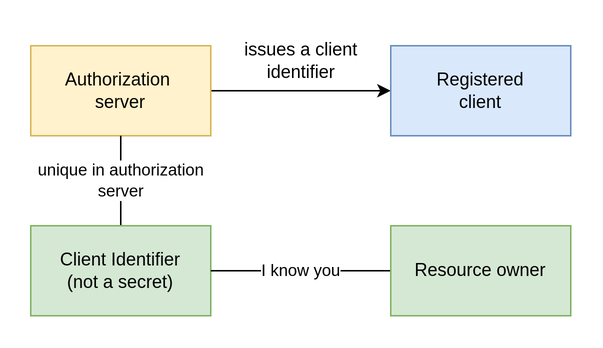
ngoctd314/learning keeps this draw.io diagram as oauth2/assets/client_identifier.png. Above is the earlier version. Source tidied: cells renumbered, new cells last; positions are measured from the earlier drawing's top-left corner, leaving out a move shared by most shapes.
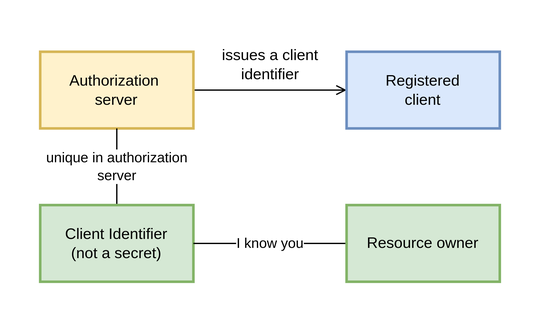
Later version of the same file.

Diff of the diagram source:
```diff
@@ -2,28 +2,28 @@
   <root>
     <mxCell id="0" />
     <mxCell id="1" parent="0" />
-    <mxCell id="2" style="edgeStyle=orthogonalEdgeStyle;rounded=0;jettySize=auto;html=1;" parent="1" edge="1" source="3" target="4">
+    <mxCell id="2" style="edgeStyle=orthogonalEdgeStyle;rounded=0;jettySize=auto;html=1;strokeWidth=1;endArrow=open;endFill=0;" parent="1" edge="1" source="3" target="4">
       <mxGeometry relative="1" as="geometry" />
     </mxCell>
-    <mxCell id="3" value="Authorization&amp;nbsp;&lt;br&gt;server" style="rounded=0;whiteSpace=wrap;html=1;fillColor=#fff2cc;strokeColor=#d6b656;" parent="1" vertex="1">
+    <mxCell id="3" value="Authorization&amp;nbsp;&lt;br&gt;server" style="rounded=0;whiteSpace=wrap;html=1;fillColor=#fff2cc;strokeColor=#d6b656;strokeWidth=2;" parent="1" vertex="1">
       <mxGeometry y="10" width="120" height="60" as="geometry" />
     </mxCell>
-    <mxCell id="4" value="Registered&lt;br&gt;client" style="rounded=0;whiteSpace=wrap;html=1;fillColor=#dae8fc;strokeColor=#6c8ebf;" parent="1" vertex="1">
+    <mxCell id="4" value="Registered&lt;br&gt;client" style="rounded=0;whiteSpace=wrap;html=1;fillColor=#dae8fc;strokeColor=#6c8ebf;strokeWidth=2;" parent="1" vertex="1">
       <mxGeometry x="240" y="10" width="120" height="60" as="geometry" />
     </mxCell>
     <mxCell id="5" value="issues a client&lt;br&gt;identifier" style="text;html=1;align=center;verticalAlign=middle;strokeColor=none;fillColor=none;" parent="1" vertex="1">
       <mxGeometry x="130" width="100" height="40" as="geometry" />
     </mxCell>
-    <mxCell id="6" value="unique in authorization&lt;br&gt;server" style="edgeStyle=orthogonalEdgeStyle;rounded=0;jettySize=auto;html=1;endArrow=none;endFill=0;" parent="1" edge="1" source="7" target="3">
+    <mxCell id="6" value="unique in authorization&lt;br&gt;server" style="edgeStyle=orthogonalEdgeStyle;rounded=0;jettySize=auto;html=1;endArrow=none;endFill=0;strokeWidth=1;" parent="1" edge="1" source="7" target="3">
       <mxGeometry relative="1" as="geometry" />
     </mxCell>
-    <mxCell id="7" value="Client Identifier&lt;br&gt;(not a secret)" style="rounded=0;whiteSpace=wrap;html=1;fillColor=#d5e8d4;strokeColor=#82b366;" parent="1" vertex="1">
+    <mxCell id="7" value="Client Identifier&lt;br&gt;(not a secret)" style="rounded=0;whiteSpace=wrap;html=1;fillColor=#d5e8d4;strokeColor=#82b366;strokeWidth=2;" parent="1" vertex="1">
       <mxGeometry y="130" width="120" height="60" as="geometry" />
     </mxCell>
-    <mxCell id="8" value="I know you" style="edgeStyle=orthogonalEdgeStyle;rounded=0;jettySize=auto;html=1;endArrow=none;endFill=0;" parent="1" edge="1" source="9" target="7">
+    <mxCell id="8" value="I know you" style="edgeStyle=orthogonalEdgeStyle;rounded=0;jettySize=auto;html=1;endArrow=none;endFill=0;strokeWidth=1;" parent="1" edge="1" source="9" target="7">
       <mxGeometry relative="1" as="geometry" />
     </mxCell>
-    <mxCell id="9" value="Resource owner" style="rounded=0;whiteSpace=wrap;html=1;fillColor=#d5e8d4;strokeColor=#82b366;" parent="1" vertex="1">
+    <mxCell id="9" value="Resource owner" style="rounded=0;whiteSpace=wrap;html=1;fillColor=#d5e8d4;strokeColor=#82b366;strokeWidth=2;" parent="1" vertex="1">
       <mxGeometry x="240" y="130" width="120" height="60" as="geometry" />
     </mxCell>
   </root>
```
